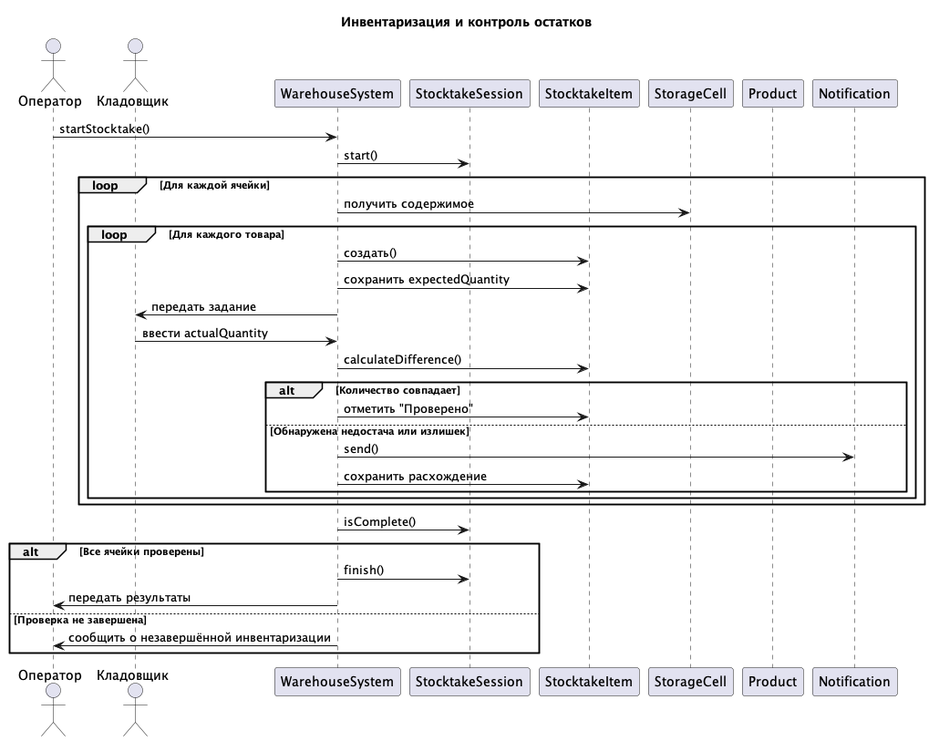
Above: img/Посл4.png in penamarth/bsbo-11-24_team1_var6_storage (PlantUML), before the change. The source it was exported from:
```plantuml
@startuml
title Инвентаризация и контроль остатков

actor Оператор
actor Кладовщик

participant WarehouseSystem
participant StocktakeSession
participant StocktakeItem
participant StorageCell
participant Product
participant Notification

Оператор -> WarehouseSystem: startStocktake()
WarehouseSystem -> StocktakeSession: start()

loop Для каждой ячейки
    WarehouseSystem -> StorageCell: получить содержимое

    loop Для каждого товара
        WarehouseSystem -> StocktakeItem: создать()
        WarehouseSystem -> StocktakeItem: сохранить expectedQuantity

        WarehouseSystem -> Кладовщик: передать задание

        Кладовщик -> WarehouseSystem: ввести actualQuantity

        WarehouseSystem -> StocktakeItem: calculateDifference()

        alt Количество совпадает
            WarehouseSystem -> StocktakeItem: отметить "Проверено"
        else Обнаружена недостача или излишек
            WarehouseSystem -> Notification: send()
            WarehouseSystem -> StocktakeItem: сохранить расхождение
        end
    end
end

WarehouseSystem -> StocktakeSession: isComplete()

alt Все ячейки проверены
    WarehouseSystem -> StocktakeSession: finish()
    WarehouseSystem -> Оператор: передать результаты
else Проверка не завершена
    WarehouseSystem -> Оператор: сообщить о незавершённой инвентаризации
end

@enduml
```
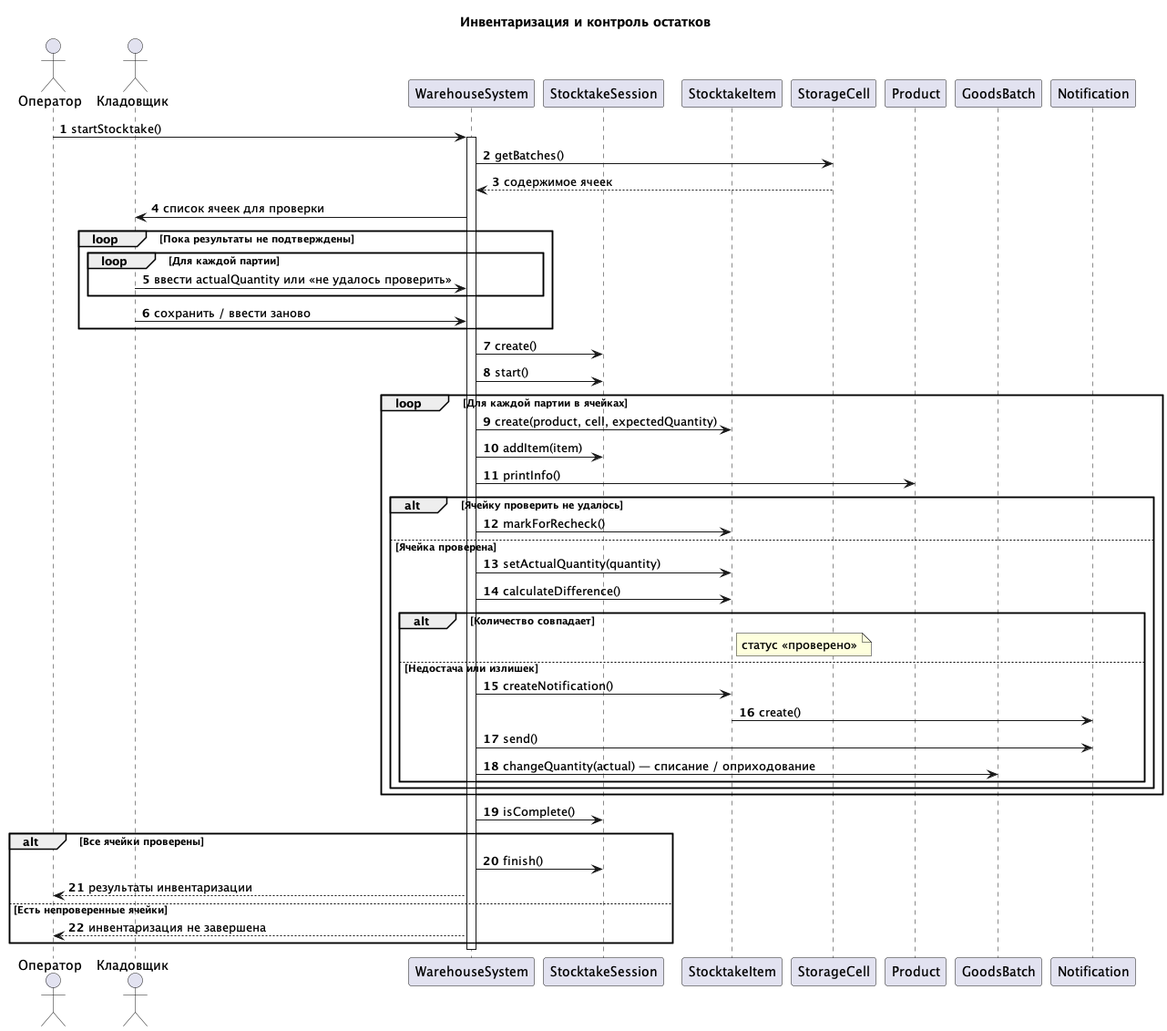
After the change.

The edit, as a diff of the source:
```diff
@@ -1,5 +1,7 @@
 @startuml
 title Инвентаризация и контроль остатков
+
+autonumber
 
 actor Оператор
 actor Кладовщик
@@ -9,29 +11,44 @@
 participant StocktakeItem
 participant StorageCell
 participant Product
+participant GoodsBatch
 participant Notification
 
 Оператор -> WarehouseSystem: startStocktake()
+activate WarehouseSystem
+
+WarehouseSystem -> StorageCell: getBatches()
+StorageCell --> WarehouseSystem: содержимое ячеек
+WarehouseSystem -> Кладовщик: список ячеек для проверки
+
+loop Пока результаты не подтверждены
+    loop Для каждой партии
+        Кладовщик -> WarehouseSystem: ввести actualQuantity или «не удалось проверить»
+    end
+    Кладовщик -> WarehouseSystem: сохранить / ввести заново
+end
+
+WarehouseSystem -> StocktakeSession: create()
 WarehouseSystem -> StocktakeSession: start()
 
-loop Для каждой ячейки
-    WarehouseSystem -> StorageCell: получить содержимое
+loop Для каждой партии в ячейках
+    WarehouseSystem -> StocktakeItem: create(product, cell, expectedQuantity)
+    WarehouseSystem -> StocktakeSession: addItem(item)
+    WarehouseSystem -> Product: printInfo()
 
-    loop Для каждого товара
-        WarehouseSystem -> StocktakeItem: создать()
-        WarehouseSystem -> StocktakeItem: сохранить expectedQuantity
-
-        WarehouseSystem -> Кладовщик: передать задание
-
-        Кладовщик -> WarehouseSystem: ввести actualQuantity
-
+    alt Ячейку проверить не удалось
+        WarehouseSystem -> StocktakeItem: markForRecheck()
+    else Ячейка проверена
+        WarehouseSystem -> StocktakeItem: setActualQuantity(quantity)
         WarehouseSystem -> StocktakeItem: calculateDifference()
 
         alt Количество совпадает
-            WarehouseSystem -> StocktakeItem: отметить "Проверено"
-        else Обнаружена недостача или излишек
+            note right of StocktakeItem: статус «проверено»
+        else Недостача или излишек
+            WarehouseSystem -> StocktakeItem: createNotification()
+            StocktakeItem -> Notification: create()
             WarehouseSystem -> Notification: send()
-            WarehouseSystem -> StocktakeItem: сохранить расхождение
+            WarehouseSystem -> GoodsBatch: changeQuantity(actual) — списание / оприходование
         end
     end
 end
@@ -40,9 +57,11 @@
 
 alt Все ячейки проверены
     WarehouseSystem -> StocktakeSession: finish()
-    WarehouseSystem -> Оператор: передать результаты
-else Проверка не завершена
-    WarehouseSystem -> Оператор: сообщить о незавершённой инвентаризации
+    WarehouseSystem --> Оператор: результаты инвентаризации
+else Есть непроверенные ячейки
+    WarehouseSystem --> Оператор: инвентаризация не завершена
 end
 
+deactivate WarehouseSystem
+
 @enduml
```
